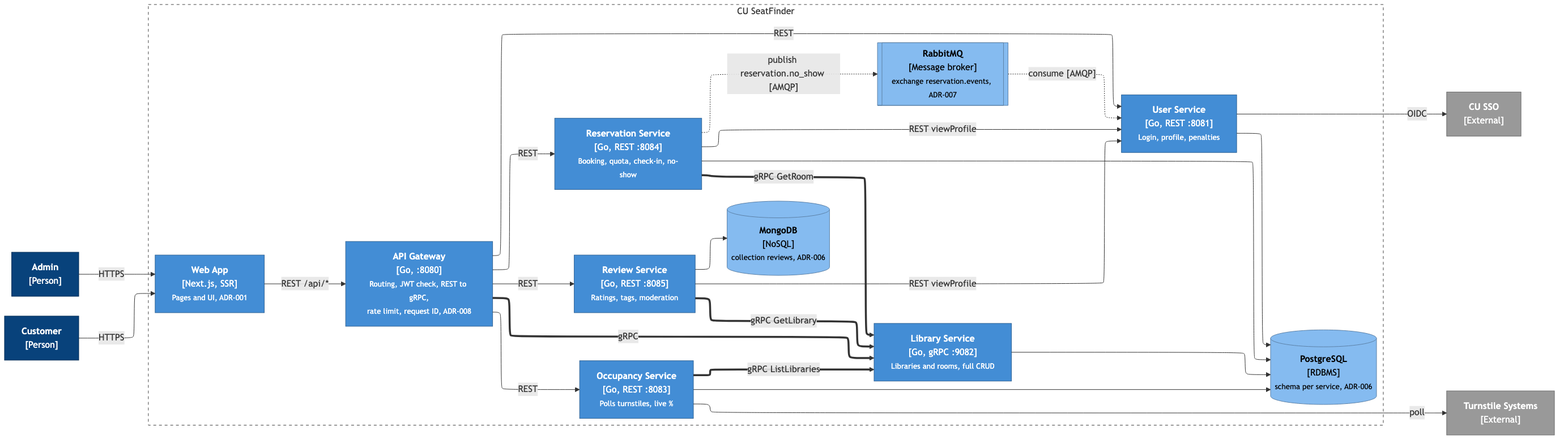
Above: docs/diagrams/c4-2-container.png in Mysterioucz/cu-seat-finder (Mermaid), before the change. Its source is kept beside it as docs/diagrams/c4-2-container.mmd.
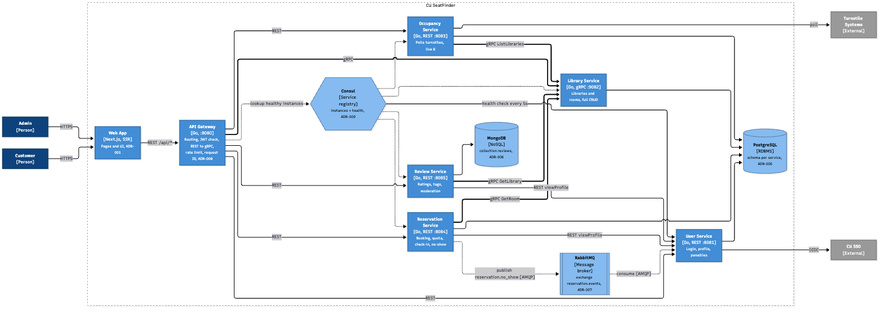
Above is the later version.

Diff of the diagram source:
```diff
@@ -20,6 +20,7 @@
         MQ[["<b>RabbitMQ</b><br/>[Message broker]<br/><small>exchange reservation.events, ADR-007</small>"]]
         PG[("<b>PostgreSQL</b><br/>[RDBMS]<br/><small>schema per service, ADR-006</small>")]
         Mongo[("<b>MongoDB</b><br/>[NoSQL]<br/><small>collection reviews, ADR-006</small>")]
+        Reg{{"<b>Consul</b><br/>[Service registry]<br/><small>instances + health, ADR-009</small>"}}
     end
 
     SSO["<b>CU SSO</b><br/>[External]"]
@@ -44,6 +45,13 @@
     Res -. "publish reservation.no_show [AMQP]" .-> MQ
     MQ -. "consume [AMQP]" .-> User
 
+    GW -. "lookup healthy instances" .-> Reg
+    Reg -. "health check every 5s" .-> User
+    Reg -.-> Library
+    Reg -.-> Occ
+    Reg -.-> Res
+    Reg -.-> Rev
+
     User --> PG
     Library --> PG
     Occ --> PG
@@ -59,6 +67,6 @@
     classDef external fill:#999999,stroke:#6b6b6b,color:#fff
     class Customer,Admin person
     class Web,GW,User,Library,Occ,Res,Rev container
-    class MQ,PG,Mongo infra
+    class MQ,PG,Mongo,Reg infra
     class SSO,TS external
     style SF fill:#ffffff,stroke:#444,stroke-dasharray: 5 5
```
